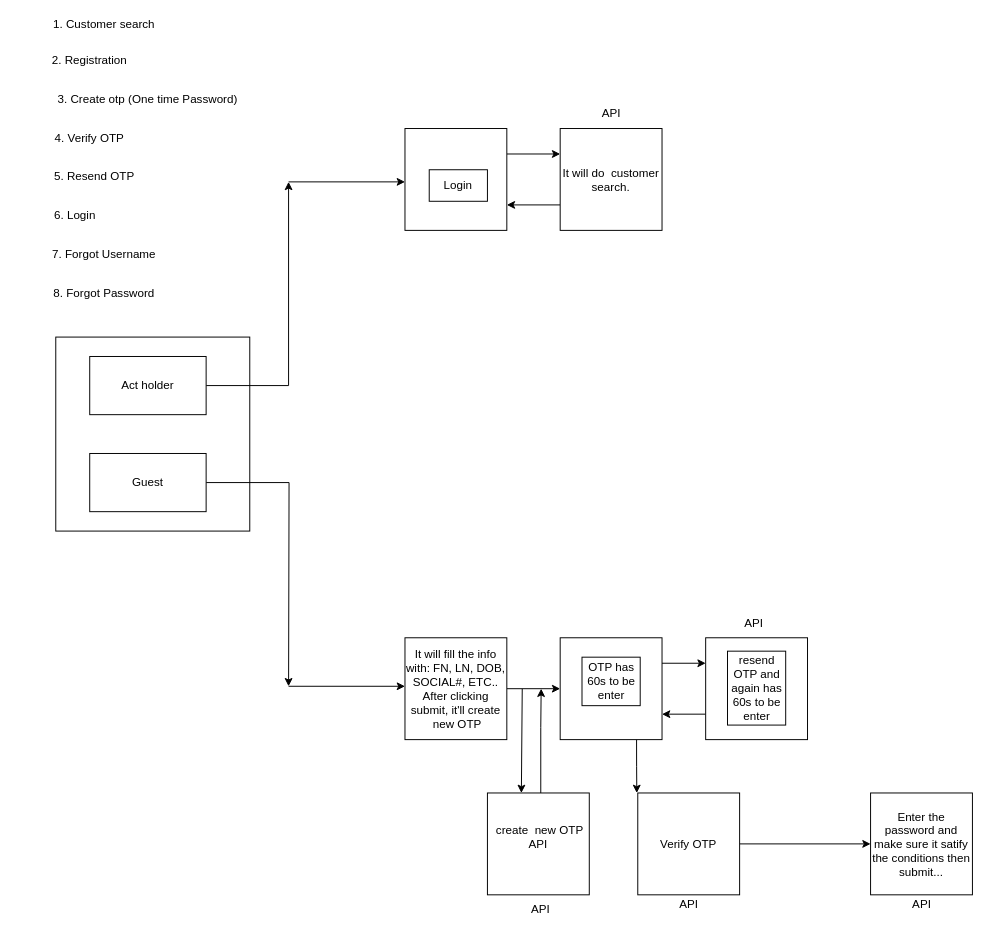
Before: customerOnbordingSketch.drawio in busugu2018/muleCustomerOnboarding, a draw.io diagram. Source tidied: cells renumbered, new cells numbered last; positions are measured from the earlier drawing's top-left corner, leaving out a move shared by most shapes. Both pictures are drawn from the tidied source at 97%, with x=0, y=0 at pixel (16, 16).
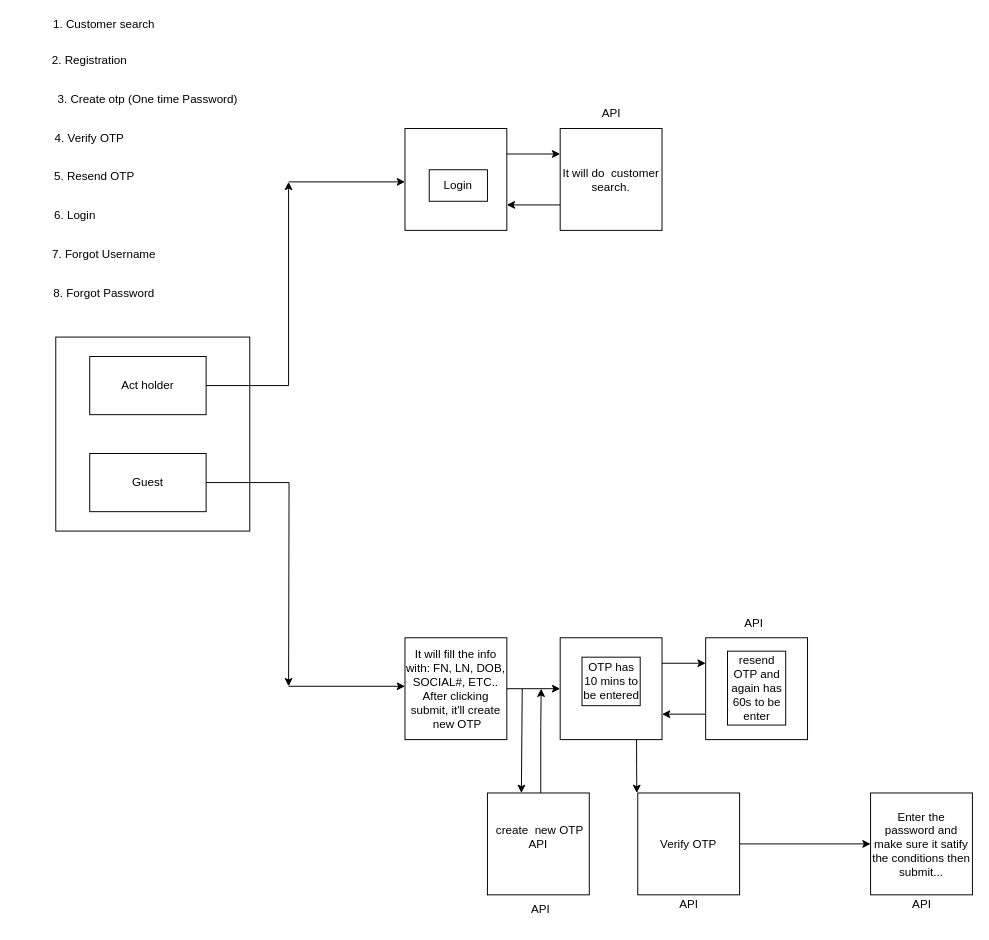
The same page after the edit.

The edit, as a diff of the source:
```diff
@@
-    <mxCell id="35" value="OTP has 60s to be enter" style="rounded=0;whiteSpace=wrap;html=1;" parent="1" vertex="1">
+    <mxCell id="35" value="OTP has 10 mins to be entered" style="rounded=0;whiteSpace=wrap;html=1;" parent="1" vertex="1">
       <mxGeometry x="582.5" y="660" width="60" height="50" as="geometry" />
     </mxCell>
```
